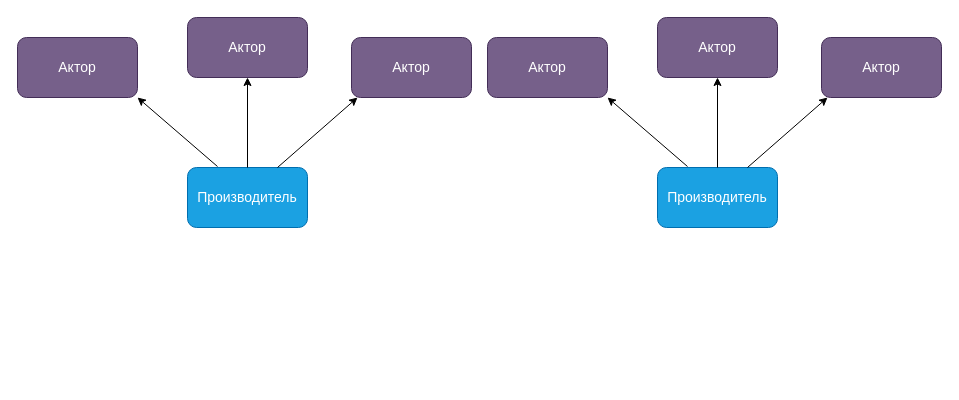
Above: drawio/scenario.drawio in IgorErin/diploma (draw.io), before the change. Source tidied: cells renumbered, new cells numbered last; positions are measured from the earlier drawing's top-left corner, leaving out a move shared by most shapes. Both pictures are drawn from the tidied source at 100%, with x=0, y=0 at pixel (17, 17).
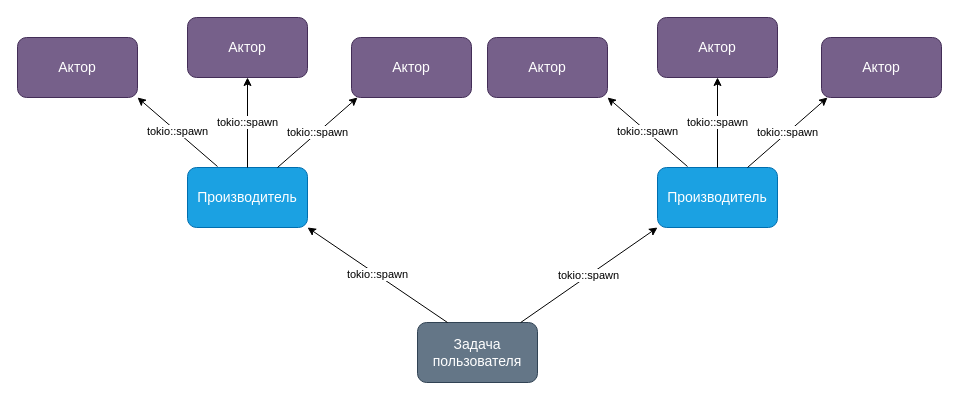
Above is the later version.

Unchanged cells that the change refers to:
```xml
<mxCell id="2" value="Производитель" style="rounded=1;whiteSpace=wrap;html=1;fillColor=#1ba1e2;fontColor=#ffffff;strokeColor=#006EAF;fontSize=14;" parent="1" vertex="1">
  <mxGeometry x="170" y="150" width="120" height="60" as="geometry" />
</mxCell>
<mxCell id="9" value="Производитель" style="rounded=1;whiteSpace=wrap;html=1;fillColor=#1ba1e2;fontColor=#ffffff;strokeColor=#006EAF;fontSize=14;" parent="1" vertex="1">
  <mxGeometry x="640" y="150" width="120" height="60" as="geometry" />
</mxCell>
```

Change to the diagram source:
```diff
@@
-    <mxCell id="3" style="endArrow=classic;html=1;rounded=0;" parent="1" edge="1">
+    <mxCell id="3" value="tokio::spawn" style="endArrow=classic;html=1;rounded=0;" parent="1" edge="1">
       <mxGeometry relative="1" as="geometry">
         <mxPoint x="200" y="149" as="sourcePoint" />
         <mxPoint x="120" y="80" as="targetPoint" />
       </mxGeometry>
     </mxCell>
-    <mxCell id="4" style="endArrow=classic;html=1;rounded=0;exitX=0.75;exitY=0;exitDx=0;exitDy=0;" parent="1" edge="1" source="2">
+    <mxCell id="4" value="tokio::spawn" style="endArrow=classic;html=1;rounded=0;exitX=0.75;exitY=0;exitDx=0;exitDy=0;horizontal=1;" parent="1" edge="1" source="2">
       <mxGeometry relative="1" as="geometry">
         <mxPoint x="340" y="80" as="targetPoint" />
       </mxGeometry>
     </mxCell>
-    <mxCell id="5" style="endArrow=classic;html=1;rounded=0;exitX=0.5;exitY=0;exitDx=0;exitDy=0;" parent="1" edge="1" source="2">
+    <mxCell id="5" value="tokio::spawn" style="endArrow=classic;html=1;rounded=0;exitX=0.5;exitY=0;exitDx=0;exitDy=0;horizontal=1;" parent="1" edge="1" source="2">
       <mxGeometry relative="1" as="geometry">
         <mxPoint x="230" y="60" as="targetPoint" />
       </mxGeometry>
     </mxCell>
@@
-    <mxCell id="10" style="endArrow=classic;html=1;rounded=0;" parent="1" edge="1">
+    <mxCell id="10" value="tokio::spawn" style="endArrow=classic;html=1;rounded=0;" parent="1" edge="1">
       <mxGeometry relative="1" as="geometry">
         <mxPoint x="670" y="149" as="sourcePoint" />
         <mxPoint x="590" y="80" as="targetPoint" />
       </mxGeometry>
     </mxCell>
-    <mxCell id="11" style="endArrow=classic;html=1;rounded=0;exitX=0.75;exitY=0;exitDx=0;exitDy=0;" parent="1" edge="1" source="9">
+    <mxCell id="11" value="tokio::spawn" style="endArrow=classic;html=1;rounded=0;exitX=0.75;exitY=0;exitDx=0;exitDy=0;" parent="1" edge="1" source="9">
       <mxGeometry relative="1" as="geometry">
         <mxPoint x="810" y="80" as="targetPoint" />
       </mxGeometry>
     </mxCell>
-    <mxCell id="12" style="endArrow=classic;html=1;rounded=0;exitX=0.5;exitY=0;exitDx=0;exitDy=0;" parent="1" edge="1" source="9">
+    <mxCell id="12" value="tokio::spawn" style="endArrow=classic;html=1;rounded=0;exitX=0.5;exitY=0;exitDx=0;exitDy=0;" parent="1" edge="1" source="9">
       <mxGeometry relative="1" as="geometry">
         <mxPoint x="700" y="60" as="targetPoint" />
       </mxGeometry>
     </mxCell>
@@
+    <mxCell id="16" value="Задача пользователя" style="rounded=1;whiteSpace=wrap;html=1;fillColor=#647687;fontColor=#ffffff;strokeColor=#314354;fontSize=14;" parent="1" vertex="1">
+      <mxGeometry x="400" y="305" width="120" height="60" as="geometry" />
+    </mxCell>
+    <mxCell id="17" value="tokio::spawn" style="endArrow=classic;html=1;rounded=0;exitX=0.25;exitY=0;exitDx=0;exitDy=0;entryX=1;entryY=1;entryDx=0;entryDy=0;" parent="1" edge="1" source="16" target="2">
+      <mxGeometry relative="1" as="geometry" />
+    </mxCell>
+    <mxCell id="18" value="tokio::spawn" style="endArrow=classic;html=1;rounded=0;entryX=0;entryY=1;entryDx=0;entryDy=0;" parent="1" edge="1" source="16" target="9">
+      <mxGeometry relative="1" as="geometry" />
+    </mxCell>
```
